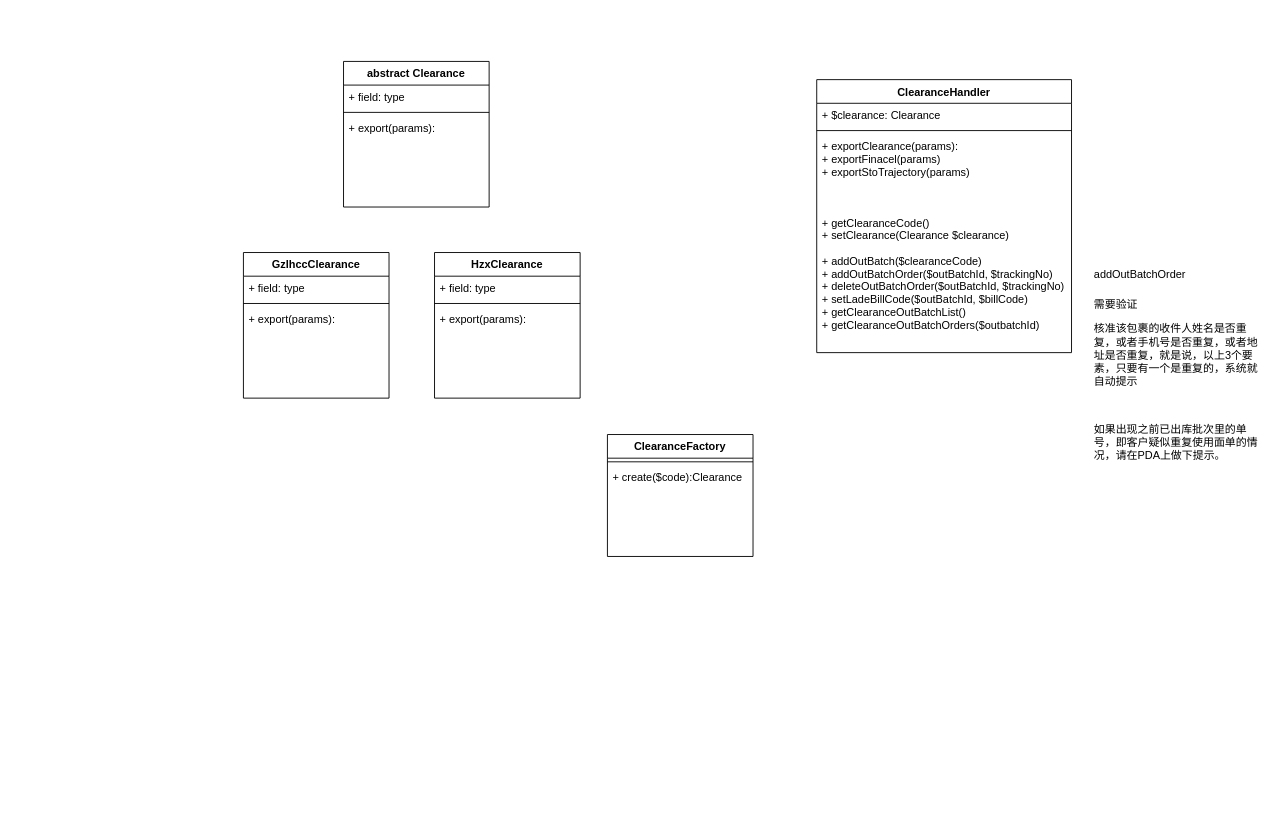
The draw.io diagram edk-clearance-design.drawio in maclxf/ProjectDraw, before the edit. Source tidied: cells renumbered, new cells numbered last; positions are measured from the earlier drawing's top-left corner, leaving out a move shared by most shapes. Both pictures are drawn from the tidied source at 91%, with x=0, y=0 at pixel (243, 61).
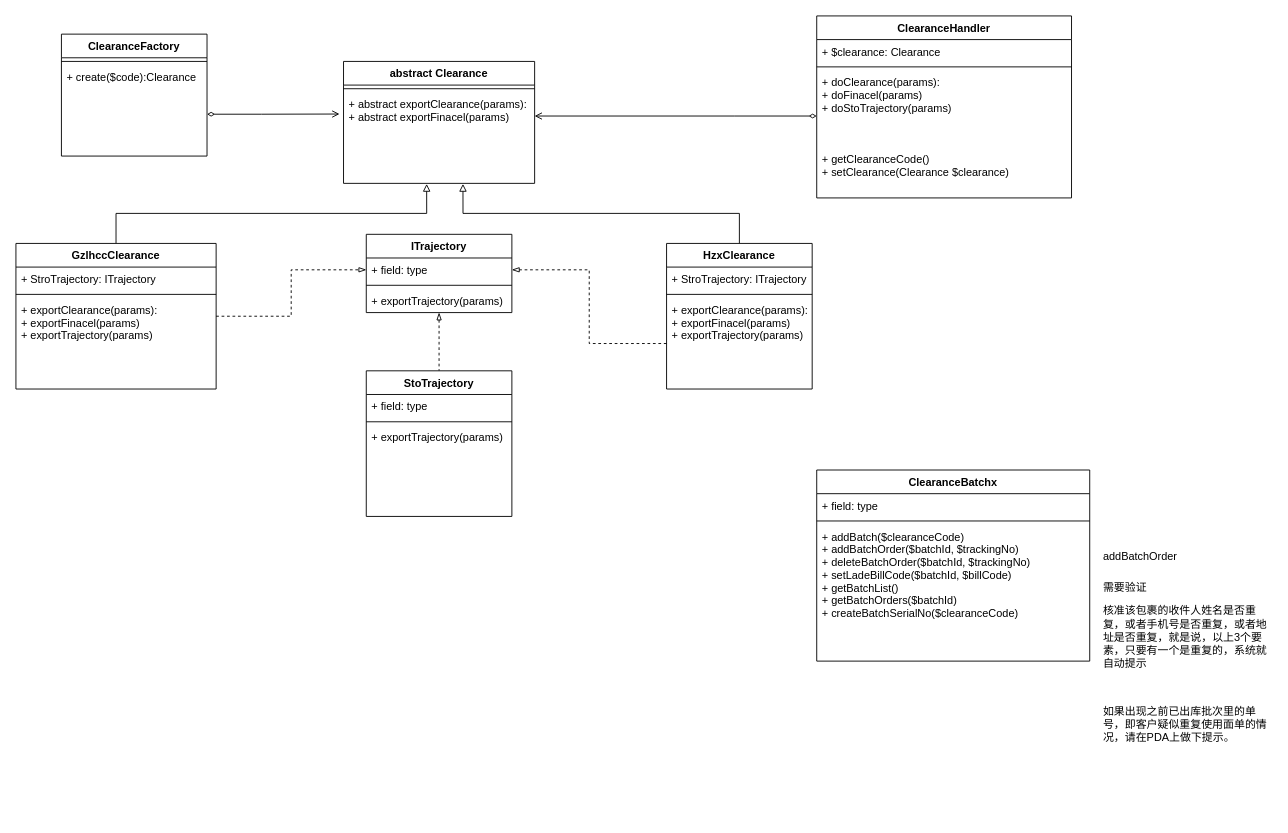
After the change.

The change refers to these unchanged cells:
```xml
<mxCell id="20" value="+ create($code):Clearance&#10; " style="text;strokeColor=none;fillColor=none;align=left;verticalAlign=top;spacingLeft=4;spacingRight=4;overflow=hidden;points=[[0,0.5],[1,0.5]];portConstraint=eastwest;" parent="18" vertex="1">
  <mxGeometry y="34" width="160" height="100" as="geometry" />
</mxCell>
```

Diff of the diagram source:
```diff
@@
     <mxCell id="2" value="abstract Clearance" style="swimlane;fontStyle=1;align=center;verticalAlign=top;horizontal=1;startSize=26;" parent="1" vertex="1">
-      <mxGeometry x="110" width="160" height="160" as="geometry" />
+      <mxGeometry x="110" width="210" height="134" as="geometry" />
     </mxCell>
-    <mxCell id="3" value="+ field: type" style="text;strokeColor=none;fillColor=none;align=left;verticalAlign=top;spacingLeft=4;spacingRight=4;overflow=hidden;" parent="2" vertex="1">
-      <mxGeometry y="26" width="160" height="26" as="geometry" />
-    </mxCell>
     <mxCell id="4" style="line;strokeWidth=1;fillColor=none;align=left;verticalAlign=middle;spacingTop=-1;spacingLeft=3;spacingRight=3;labelPosition=right;" parent="2" vertex="1">
-      <mxGeometry y="52" width="160" height="8" as="geometry" />
+      <mxGeometry y="26" width="210" height="8" as="geometry" />
     </mxCell>
-    <mxCell id="5" value="+ export(params): " style="text;strokeColor=none;fillColor=none;align=left;verticalAlign=top;spacingLeft=4;spacingRight=4;overflow=hidden;points=[[0,0.5],[1,0.5]];portConstraint=eastwest;" parent="2" vertex="1">
-      <mxGeometry y="60" width="160" height="100" as="geometry" />
+    <mxCell id="5" value="+ abstract exportClearance(params): &#10;+ abstract exportFinacel(params)" style="text;strokeColor=none;fillColor=none;align=left;verticalAlign=top;spacingLeft=4;spacingRight=4;overflow=hidden;points=[[0,0.5],[1,0.5]];portConstraint=eastwest;" parent="2" vertex="1">
+      <mxGeometry y="34" width="210" height="100" as="geometry" />
     </mxCell>
     <mxCell id="6" value="ClearanceHandler" style="swimlane;fontStyle=1;align=center;verticalAlign=top;horizontal=1;startSize=26;" parent="1" vertex="1">
-      <mxGeometry x="630" y="20" width="280" height="300" as="geometry" />
+      <mxGeometry x="630" y="-50" width="280" height="200" as="geometry" />
     </mxCell>
@@
-    <mxCell id="9" value="+ exportClearance(params): &#10;+ exportFinacel(params)&#10;+ exportStoTrajectory(params)&#10;&#10;&#10;&#10;+ getClearanceCode()&#10;+ setClearance(Clearance $clearance)&#10;&#10;+ addOutBatch($clearanceCode)&#10;+ addOutBatchOrder($outBatchId, $trackingNo)&#10;+ deleteOutBatchOrder($outBatchId, $trackingNo)&#10;+ setLadeBillCode($outBatchId, $billCode)&#10;+ getClearanceOutBatchList()&#10;+ getClearanceOutBatchOrders($outbatchId)" style="text;strokeColor=none;fillColor=none;align=left;verticalAlign=top;spacingLeft=4;spacingRight=4;overflow=hidden;points=[[0,0.5],[1,0.5]];portConstraint=eastwest;" parent="6" vertex="1">
-      <mxGeometry y="60" width="280" height="240" as="geometry" />
+    <mxCell id="9" value="+ doClearance(params): &#10;+ doFinacel(params)&#10;+ doStoTrajectory(params)&#10;&#10;&#10;&#10;+ getClearanceCode()&#10;+ setClearance(Clearance $clearance)&#10;&#10;" style="text;strokeColor=none;fillColor=none;align=left;verticalAlign=top;spacingLeft=4;spacingRight=4;overflow=hidden;points=[[0,0.5],[1,0.5]];portConstraint=eastwest;" parent="6" vertex="1">
+      <mxGeometry y="60" width="280" height="140" as="geometry" />
     </mxCell>
+    <mxCell id="22" style="edgeStyle=orthogonalEdgeStyle;rounded=0;jettySize=auto;html=1;entryX=0.435;entryY=1.006;entryDx=0;entryDy=0;entryPerimeter=0;startArrow=none;startFill=0;endArrow=block;endFill=0;" parent="1" edge="1" source="10" target="5">
+      <mxGeometry relative="1" as="geometry" />
+    </mxCell>
+    <mxCell id="23" style="edgeStyle=orthogonalEdgeStyle;rounded=0;jettySize=auto;html=1;entryX=0;entryY=0.5;entryDx=0;entryDy=0;dashed=1;startArrow=none;startFill=0;endArrow=blockThin;endFill=0;" parent="1" edge="1" source="10" target="33">
+      <mxGeometry relative="1" as="geometry" />
+    </mxCell>
     <mxCell id="10" value="GzlhccClearance" style="swimlane;fontStyle=1;align=center;verticalAlign=top;horizontal=1;startSize=26;" parent="1" vertex="1">
-      <mxGeometry y="210" width="160" height="160" as="geometry" />
+      <mxGeometry x="-250" y="200" width="220" height="160" as="geometry" />
     </mxCell>
-    <mxCell id="11" value="+ field: type" style="text;strokeColor=none;fillColor=none;align=left;verticalAlign=top;spacingLeft=4;spacingRight=4;overflow=hidden;" parent="10" vertex="1">
-      <mxGeometry y="26" width="160" height="26" as="geometry" />
+    <mxCell id="11" value="+ StroTrajectory: ITrajectory" style="text;strokeColor=none;fillColor=none;align=left;verticalAlign=top;spacingLeft=4;spacingRight=4;overflow=hidden;" parent="10" vertex="1">
+      <mxGeometry y="26" width="220" height="26" as="geometry" />
     </mxCell>
     <mxCell id="12" style="line;strokeWidth=1;fillColor=none;align=left;verticalAlign=middle;spacingTop=-1;spacingLeft=3;spacingRight=3;labelPosition=right;" parent="10" vertex="1">
-      <mxGeometry y="52" width="160" height="8" as="geometry" />
+      <mxGeometry y="52" width="220" height="8" as="geometry" />
     </mxCell>
-    <mxCell id="13" value="+ export(params): " style="text;strokeColor=none;fillColor=none;align=left;verticalAlign=top;spacingLeft=4;spacingRight=4;overflow=hidden;" parent="10" vertex="1">
-      <mxGeometry y="60" width="160" height="100" as="geometry" />
+    <mxCell id="13" value="+ exportClearance(params): &#10;+ exportFinacel(params)&#10;+ exportTrajectory(params)" style="text;strokeColor=none;fillColor=none;align=left;verticalAlign=top;spacingLeft=4;spacingRight=4;overflow=hidden;" parent="10" vertex="1">
+      <mxGeometry y="60" width="220" height="100" as="geometry" />
     </mxCell>
+    <mxCell id="24" style="edgeStyle=orthogonalEdgeStyle;rounded=0;jettySize=auto;html=1;entryX=0.625;entryY=1.006;entryDx=0;entryDy=0;entryPerimeter=0;startArrow=none;startFill=0;endArrow=block;endFill=0;" parent="1" edge="1" source="14" target="5">
+      <mxGeometry relative="1" as="geometry" />
+    </mxCell>
     <mxCell id="14" value="HzxClearance" style="swimlane;fontStyle=1;align=center;verticalAlign=top;horizontal=1;startSize=26;" parent="1" vertex="1">
-      <mxGeometry x="210" y="210" width="160" height="160" as="geometry" />
+      <mxGeometry x="465" y="200" width="160" height="160" as="geometry" />
     </mxCell>
-    <mxCell id="15" value="+ field: type" style="text;strokeColor=none;fillColor=none;align=left;verticalAlign=top;spacingLeft=4;spacingRight=4;overflow=hidden;" parent="14" vertex="1">
+    <mxCell id="15" value="+ StroTrajectory: ITrajectory" style="text;strokeColor=none;fillColor=none;align=left;verticalAlign=top;spacingLeft=4;spacingRight=4;overflow=hidden;" parent="14" vertex="1">
       <mxGeometry y="26" width="160" height="26" as="geometry" />
     </mxCell>
@@
-    <mxCell id="17" value="+ export(params): " style="text;strokeColor=none;fillColor=none;align=left;verticalAlign=top;spacingLeft=4;spacingRight=4;overflow=hidden;points=[[0,0.5],[1,0.5]];portConstraint=eastwest;" parent="14" vertex="1">
+    <mxCell id="17" value="+ exportClearance(params): &#10;+ exportFinacel(params)&#10;+ exportTrajectory(params)" style="text;strokeColor=none;fillColor=none;align=left;verticalAlign=top;spacingLeft=4;spacingRight=4;overflow=hidden;points=[[0,0.5],[1,0.5]];portConstraint=eastwest;" parent="14" vertex="1">
       <mxGeometry y="60" width="160" height="100" as="geometry" />
     </mxCell>
     <mxCell id="18" value="ClearanceFactory" style="swimlane;fontStyle=1;align=center;verticalAlign=top;horizontal=1;startSize=26;" parent="1" vertex="1">
-      <mxGeometry x="400" y="410" width="160" height="134" as="geometry" />
+      <mxGeometry x="-200" y="-30" width="160" height="134" as="geometry" />
     </mxCell>
@@
-    <mxCell id="21" value="&lt;h1&gt;&lt;span style=&quot;font-size: 12px ; font-weight: 400&quot;&gt;addOutBatchOrder&lt;/span&gt;&lt;br&gt;&lt;/h1&gt;&lt;p&gt;需要验证&lt;/p&gt;&lt;p&gt;&lt;span&gt;核准该包裹的收件人姓名是否重复，或者手机号是否重复，或者地址是&lt;/span&gt;&lt;span&gt;否重复，就是说，以上3个要素，只要有一个是重复的，系统就自动提示&lt;/span&gt;&lt;/p&gt;&lt;p&gt;&lt;span&gt;&lt;br&gt;&lt;/span&gt;&lt;/p&gt;&lt;p&gt;如果出现之前已出库批次里的单号，即客户疑似重复使用面&lt;span&gt;单的情况，请在PDA上做下提示。&lt;/span&gt;&lt;/p&gt;" style="text;html=1;strokeColor=none;fillColor=none;spacing=5;spacingTop=-20;whiteSpace=wrap;overflow=hidden;rounded=0;" parent="1" vertex="1">
-      <mxGeometry x="930" y="210" width="190" height="250" as="geometry" />
+    <mxCell id="21" value="&lt;h1&gt;&lt;span style=&quot;font-size: 12px ; font-weight: 400&quot;&gt;addBatchOrder&lt;/span&gt;&lt;br&gt;&lt;/h1&gt;&lt;p&gt;需要验证&lt;/p&gt;&lt;p&gt;&lt;span&gt;核准该包裹的收件人姓名是否重复，或者手机号是否重复，或者地址是&lt;/span&gt;&lt;span&gt;否重复，就是说，以上3个要素，只要有一个是重复的，系统就自动提示&lt;/span&gt;&lt;/p&gt;&lt;p&gt;&lt;span&gt;&lt;br&gt;&lt;/span&gt;&lt;/p&gt;&lt;p&gt;如果出现之前已出库批次里的单号，即客户疑似重复使用面&lt;span&gt;单的情况，请在PDA上做下提示。&lt;/span&gt;&lt;/p&gt;" style="text;html=1;strokeColor=none;fillColor=none;spacing=5;spacingTop=-20;whiteSpace=wrap;overflow=hidden;rounded=0;" parent="1" vertex="1">
+      <mxGeometry x="940" y="520" width="190" height="310" as="geometry" />
     </mxCell>
+    <mxCell id="25" value="ClearanceBatchx" style="swimlane;fontStyle=1;align=center;verticalAlign=top;horizontal=1;startSize=26;" parent="1" vertex="1">
+      <mxGeometry x="630" y="449" width="300" height="210" as="geometry" />
+    </mxCell>
+    <mxCell id="26" value="+ field: type" style="text;strokeColor=none;fillColor=none;align=left;verticalAlign=top;spacingLeft=4;spacingRight=4;overflow=hidden;" parent="25" vertex="1">
+      <mxGeometry y="26" width="300" height="26" as="geometry" />
+    </mxCell>
+    <mxCell id="27" style="line;strokeWidth=1;fillColor=none;align=left;verticalAlign=middle;spacingTop=-1;spacingLeft=3;spacingRight=3;labelPosition=right;" parent="25" vertex="1">
+      <mxGeometry y="52" width="300" height="8" as="geometry" />
+    </mxCell>
+    <mxCell id="28" value="+ addBatch($clearanceCode)&#10;+ addBatchOrder($batchId, $trackingNo)&#10;+ deleteBatchOrder($batchId, $trackingNo)&#10;+ setLadeBillCode($batchId, $billCode)&#10;+ getBatchList()&#10;+ getBatchOrders($batchId)&#10;+ createBatchSerialNo($clearanceCode)" style="text;strokeColor=none;fillColor=none;align=left;verticalAlign=top;spacingLeft=4;spacingRight=4;overflow=hidden;" parent="25" vertex="1">
+      <mxGeometry y="60" width="300" height="150" as="geometry" />
+    </mxCell>
+    <mxCell id="29" style="edgeStyle=orthogonalEdgeStyle;rounded=0;jettySize=auto;html=1;startArrow=diamondThin;startFill=0;endArrow=open;endFill=0;" parent="1" edge="1" source="9" target="5">
+      <mxGeometry relative="1" as="geometry">
+        <Array as="points">
+          <mxPoint x="540" y="60" />
+          <mxPoint x="540" y="60" />
+        </Array>
+      </mxGeometry>
+    </mxCell>
+    <mxCell id="30" style="edgeStyle=orthogonalEdgeStyle;rounded=0;jettySize=auto;html=1;entryX=-0.021;entryY=0.238;entryDx=0;entryDy=0;entryPerimeter=0;startArrow=diamondThin;startFill=0;endArrow=open;endFill=0;" parent="1" edge="1" source="20" target="5">
+      <mxGeometry relative="1" as="geometry">
+        <Array as="points">
+          <mxPoint x="20" y="58" />
+          <mxPoint x="20" y="58" />
+        </Array>
+      </mxGeometry>
+    </mxCell>
+    <mxCell id="31" style="edgeStyle=orthogonalEdgeStyle;rounded=0;jettySize=auto;html=1;dashed=1;startArrow=blockThin;startFill=0;endArrow=none;endFill=0;" parent="1" edge="1" source="32">
+      <mxGeometry relative="1" as="geometry">
+        <mxPoint x="215" y="340" as="targetPoint" />
+      </mxGeometry>
+    </mxCell>
+    <mxCell id="32" value="ITrajectory" style="swimlane;fontStyle=1;align=center;verticalAlign=top;horizontal=1;startSize=26;" parent="1" vertex="1">
+      <mxGeometry x="135" y="190" width="160" height="86" as="geometry" />
+    </mxCell>
+    <mxCell id="33" value="+ field: type" style="text;strokeColor=none;fillColor=none;align=left;verticalAlign=top;spacingLeft=4;spacingRight=4;overflow=hidden;points=[[0,0.5],[1,0.5]];portConstraint=eastwest;" parent="32" vertex="1">
+      <mxGeometry y="26" width="160" height="26" as="geometry" />
+    </mxCell>
+    <mxCell id="34" style="line;strokeWidth=1;fillColor=none;align=left;verticalAlign=middle;spacingTop=-1;spacingLeft=3;spacingRight=3;labelPosition=right;" parent="32" vertex="1">
+      <mxGeometry y="52" width="160" height="8" as="geometry" />
+    </mxCell>
+    <mxCell id="35" value="+ exportTrajectory(params)" style="text;strokeColor=none;fillColor=none;align=left;verticalAlign=top;spacingLeft=4;spacingRight=4;overflow=hidden;" parent="32" vertex="1">
+      <mxGeometry y="60" width="160" height="26" as="geometry" />
+    </mxCell>
+    <mxCell id="36" value="StoTrajectory" style="swimlane;fontStyle=1;align=center;verticalAlign=top;horizontal=1;startSize=26;" parent="1" vertex="1">
+      <mxGeometry x="135" y="340" width="160" height="160" as="geometry" />
+    </mxCell>
+    <mxCell id="37" value="+ field: type" style="text;strokeColor=none;fillColor=none;align=left;verticalAlign=top;spacingLeft=4;spacingRight=4;overflow=hidden;" parent="36" vertex="1">
+      <mxGeometry y="26" width="160" height="26" as="geometry" />
+    </mxCell>
+    <mxCell id="38" style="line;strokeWidth=1;fillColor=none;align=left;verticalAlign=middle;spacingTop=-1;spacingLeft=3;spacingRight=3;labelPosition=right;" parent="36" vertex="1">
+      <mxGeometry y="52" width="160" height="8" as="geometry" />
+    </mxCell>
+    <mxCell id="39" value="+ exportTrajectory(params)" style="text;strokeColor=none;fillColor=none;align=left;verticalAlign=top;spacingLeft=4;spacingRight=4;overflow=hidden;" parent="36" vertex="1">
+      <mxGeometry y="60" width="160" height="100" as="geometry" />
+    </mxCell>
+    <mxCell id="40" style="edgeStyle=orthogonalEdgeStyle;rounded=0;jettySize=auto;html=1;dashed=1;startArrow=none;startFill=0;endArrow=blockThin;endFill=0;" parent="1" edge="1" source="17" target="33">
+      <mxGeometry relative="1" as="geometry" />
+    </mxCell>
```
